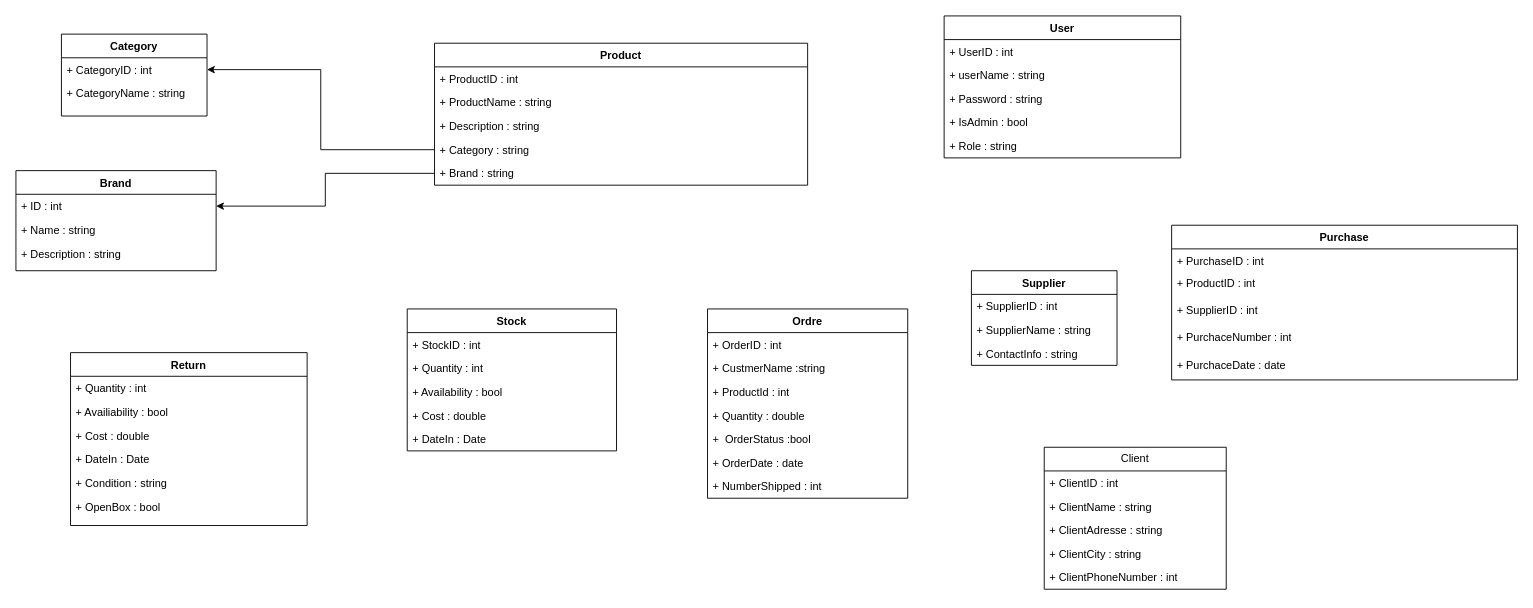
Before: EFM_Diagram_de_class.drawio in HoudaLa/EFM_Project, a draw.io diagram. Source tidied: cells renumbered, new cells numbered last; positions are measured from the earlier drawing's top-left corner, leaving out a move shared by most shapes. Both pictures are drawn from the tidied source at 91%, with x=0, y=0 at pixel (15, 15).
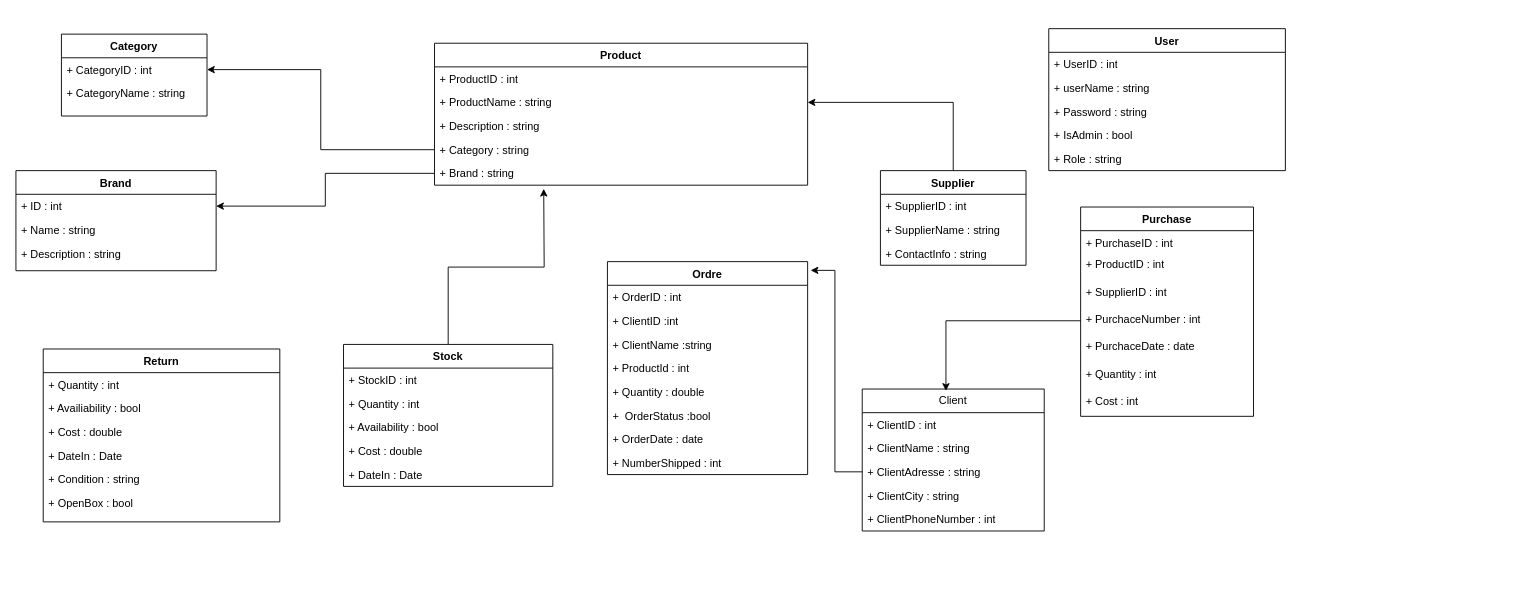
The same diagram, later.

Commit message:
Mettre à jour EFM_Diagram_de_class.drawio

The change refers to these unchanged cells:
```xml
<mxCell id="11" value="+ ProductName : string" style="text;strokeColor=none;fillColor=none;align=left;verticalAlign=top;spacingLeft=4;spacingRight=4;overflow=hidden;points=[[0,0.5],[1,0.5]];portConstraint=eastwest;whiteSpace=wrap;html=1;" parent="9" vertex="1">
  <mxGeometry y="52" width="410" height="26" as="geometry" />
</mxCell>
<mxCell id="57" value="+ ClientAdresse : string" style="text;strokeColor=none;fillColor=none;align=left;verticalAlign=top;spacingLeft=4;spacingRight=4;overflow=hidden;points=[[0,0.5],[1,0.5]];portConstraint=eastwest;whiteSpace=wrap;html=1;" parent="54" vertex="1">
  <mxGeometry y="78" width="200" height="26" as="geometry" />
</mxCell>
```

Change to the diagram source:
```diff
@@
     <mxCell id="15" value="User" style="swimlane;fontStyle=1;align=center;verticalAlign=top;horizontal=1;startSize=26;whiteSpace=wrap;html=1;" parent="1" vertex="1">
-      <mxGeometry x="1020" width="260" height="156" as="geometry" />
+      <mxGeometry x="1135" y="14" width="260" height="156" as="geometry" />
     </mxCell>
@@
+    <mxCell id="60" style="edgeStyle=orthogonalEdgeStyle;rounded=0;jettySize=auto;html=1;" parent="1" edge="1" source="21">
+      <mxGeometry relative="1" as="geometry">
+        <mxPoint x="580" y="190" as="targetPoint" />
+      </mxGeometry>
+    </mxCell>
     <mxCell id="21" value="Stock" style="swimlane;fontStyle=1;align=center;verticalAlign=top;horizontal=1;startSize=26;whiteSpace=wrap;html=1;" parent="1" vertex="1">
-      <mxGeometry x="430" y="322" width="230" height="156" as="geometry" />
+      <mxGeometry x="360" y="361" width="230" height="156" as="geometry" />
     </mxCell>
@@
     <mxCell id="29" value="Return" style="swimlane;fontStyle=1;align=center;verticalAlign=top;horizontal=1;startSize=26;rounded=0;shadow=0;strokeWidth=1;" parent="1" vertex="1">
-      <mxGeometry x="60" y="370" width="260" height="190" as="geometry" />
+      <mxGeometry x="30" y="366" width="260" height="190" as="geometry" />
     </mxCell>
@@
+    <mxCell id="61" style="edgeStyle=orthogonalEdgeStyle;rounded=0;jettySize=auto;html=1;entryX=1;entryY=0.5;entryDx=0;entryDy=0;" parent="1" edge="1" source="36" target="11">
+      <mxGeometry relative="1" as="geometry" />
+    </mxCell>
     <mxCell id="36" value="Supplier" style="swimlane;fontStyle=1;align=center;verticalAlign=top;horizontal=1;startSize=26;whiteSpace=wrap;html=1;" parent="1" vertex="1">
-      <mxGeometry x="1050" y="280" width="160" height="104" as="geometry" />
+      <mxGeometry x="950" y="170" width="160" height="104" as="geometry" />
     </mxCell>
@@
     <mxCell id="40" value="Ordre" style="swimlane;fontStyle=1;align=center;verticalAlign=top;horizontal=1;startSize=26;whiteSpace=wrap;html=1;" parent="1" vertex="1">
-      <mxGeometry x="760" y="322" width="220" height="208" as="geometry" />
+      <mxGeometry x="650" y="270" width="220" height="234" as="geometry" />
     </mxCell>
@@
+    <mxCell id="62" value="+ ClientID :int" style="text;strokeColor=none;fillColor=none;align=left;verticalAlign=top;spacingLeft=4;spacingRight=4;overflow=hidden;whiteSpace=wrap;html=1;" parent="40" vertex="1">
+      <mxGeometry y="52" width="220" height="26" as="geometry" />
+    </mxCell>
-    <mxCell id="42" value="+ CustmerName :string" style="text;strokeColor=none;fillColor=none;align=left;verticalAlign=top;spacingLeft=4;spacingRight=4;overflow=hidden;whiteSpace=wrap;html=1;" parent="40" vertex="1">
-      <mxGeometry y="52" width="220" height="26" as="geometry" />
+    <mxCell id="42" value="+ ClientName :string" style="text;strokeColor=none;fillColor=none;align=left;verticalAlign=top;spacingLeft=4;spacingRight=4;overflow=hidden;whiteSpace=wrap;html=1;" parent="40" vertex="1">
+      <mxGeometry y="78" width="220" height="26" as="geometry" />
     </mxCell>
     <mxCell id="43" value="+ ProductId : int" style="text;strokeColor=none;fillColor=none;align=left;verticalAlign=top;spacingLeft=4;spacingRight=4;overflow=hidden;whiteSpace=wrap;html=1;" parent="40" vertex="1">
-      <mxGeometry y="78" width="220" height="26" as="geometry" />
+      <mxGeometry y="104" width="220" height="26" as="geometry" />
     </mxCell>
     <mxCell id="44" value="+ Quantity : double " style="text;strokeColor=none;fillColor=none;align=left;verticalAlign=top;spacingLeft=4;spacingRight=4;overflow=hidden;whiteSpace=wrap;html=1;" parent="40" vertex="1">
-      <mxGeometry y="104" width="220" height="26" as="geometry" />
+      <mxGeometry y="130" width="220" height="26" as="geometry" />
     </mxCell>
     <mxCell id="45" value="+&amp;nbsp; OrderStatus :bool" style="text;strokeColor=none;fillColor=none;align=left;verticalAlign=top;spacingLeft=4;spacingRight=4;overflow=hidden;whiteSpace=wrap;html=1;" parent="40" vertex="1">
-      <mxGeometry y="130" width="220" height="26" as="geometry" />
+      <mxGeometry y="156" width="220" height="26" as="geometry" />
     </mxCell>
     <mxCell id="46" value="+ OrderDate : date" style="text;strokeColor=none;fillColor=none;align=left;verticalAlign=top;spacingLeft=4;spacingRight=4;overflow=hidden;whiteSpace=wrap;html=1;" parent="40" vertex="1">
-      <mxGeometry y="156" width="220" height="26" as="geometry" />
+      <mxGeometry y="182" width="220" height="26" as="geometry" />
     </mxCell>
     <mxCell id="47" value="+ NumberShipped : int" style="text;strokeColor=none;fillColor=none;align=left;verticalAlign=top;spacingLeft=4;spacingRight=4;overflow=hidden;whiteSpace=wrap;html=1;" parent="40" vertex="1">
-      <mxGeometry y="182" width="220" height="26" as="geometry" />
+      <mxGeometry y="208" width="220" height="26" as="geometry" />
     </mxCell>
     <mxCell id="48" value="Purchase" style="swimlane;fontStyle=1;align=center;verticalAlign=top;horizontal=1;startSize=26;whiteSpace=wrap;html=1;" parent="1" vertex="1">
-      <mxGeometry x="1270" y="230" width="380" height="170" as="geometry" />
+      <mxGeometry x="1170" y="210" width="190" height="230" as="geometry" />
     </mxCell>
     <mxCell id="49" value="+ PurchaseID : int" style="text;strokeColor=none;fillColor=none;align=left;verticalAlign=top;spacingLeft=4;spacingRight=4;overflow=hidden;whiteSpace=wrap;html=1;" parent="48" vertex="1">
-      <mxGeometry y="26" width="380" height="24" as="geometry" />
+      <mxGeometry y="26" width="190" height="24" as="geometry" />
     </mxCell>
     <mxCell id="50" value="+ ProductID : int" style="text;strokeColor=none;fillColor=none;align=left;verticalAlign=top;spacingLeft=4;spacingRight=4;overflow=hidden;whiteSpace=wrap;html=1;" parent="48" vertex="1">
-      <mxGeometry y="50" width="380" height="30" as="geometry" />
+      <mxGeometry y="50" width="190" height="30" as="geometry" />
     </mxCell>
     <mxCell id="51" value="&lt;div&gt;+ SupplierID : int&lt;/div&gt;" style="text;strokeColor=none;fillColor=none;align=left;verticalAlign=top;spacingLeft=4;spacingRight=4;overflow=hidden;whiteSpace=wrap;html=1;" parent="48" vertex="1">
-      <mxGeometry y="80" width="380" height="30" as="geometry" />
+      <mxGeometry y="80" width="190" height="30" as="geometry" />
     </mxCell>
     <mxCell id="52" value="+ PurchaceNumber : int" style="text;strokeColor=none;fillColor=none;align=left;verticalAlign=top;spacingLeft=4;spacingRight=4;overflow=hidden;points=[[0,0.5],[1,0.5]];portConstraint=eastwest;whiteSpace=wrap;html=1;" parent="48" vertex="1">
-      <mxGeometry y="110" width="380" height="30" as="geometry" />
+      <mxGeometry y="110" width="190" height="30" as="geometry" />
     </mxCell>
     <mxCell id="53" value="+ PurchaceDate : date" style="text;strokeColor=none;fillColor=none;align=left;verticalAlign=top;spacingLeft=4;spacingRight=4;overflow=hidden;whiteSpace=wrap;html=1;" parent="48" vertex="1">
-      <mxGeometry y="140" width="380" height="30" as="geometry" />
+      <mxGeometry y="140" width="190" height="30" as="geometry" />
     </mxCell>
+    <mxCell id="63" value="+ Quantity : int" style="text;strokeColor=none;fillColor=none;align=left;verticalAlign=top;spacingLeft=4;spacingRight=4;overflow=hidden;whiteSpace=wrap;html=1;" parent="48" vertex="1">
+      <mxGeometry y="170" width="190" height="30" as="geometry" />
+    </mxCell>
+    <mxCell id="64" value="+ Cost : int" style="text;strokeColor=none;fillColor=none;align=left;verticalAlign=top;spacingLeft=4;spacingRight=4;overflow=hidden;whiteSpace=wrap;html=1;" parent="48" vertex="1">
+      <mxGeometry y="200" width="190" height="30" as="geometry" />
+    </mxCell>
     <mxCell id="54" value="Client" style="swimlane;fontStyle=0;horizontal=1;startSize=26;fillColor=none;whiteSpace=wrap;html=1;" parent="1" vertex="1">
-      <mxGeometry x="1130" y="474" width="200" height="156" as="geometry" />
+      <mxGeometry x="930" y="410" width="200" height="156" as="geometry" />
     </mxCell>
@@
+    <mxCell id="65" style="edgeStyle=orthogonalEdgeStyle;rounded=0;jettySize=auto;html=1;entryX=1.015;entryY=0.041;entryDx=0;entryDy=0;entryPerimeter=0;" parent="1" edge="1" source="57" target="40">
+      <mxGeometry relative="1" as="geometry" />
+    </mxCell>
+    <mxCell id="66" style="edgeStyle=orthogonalEdgeStyle;rounded=0;jettySize=auto;html=1;entryX=0.46;entryY=0.013;entryDx=0;entryDy=0;entryPerimeter=0;" parent="1" edge="1" source="52" target="54">
+      <mxGeometry relative="1" as="geometry" />
+    </mxCell>
```
